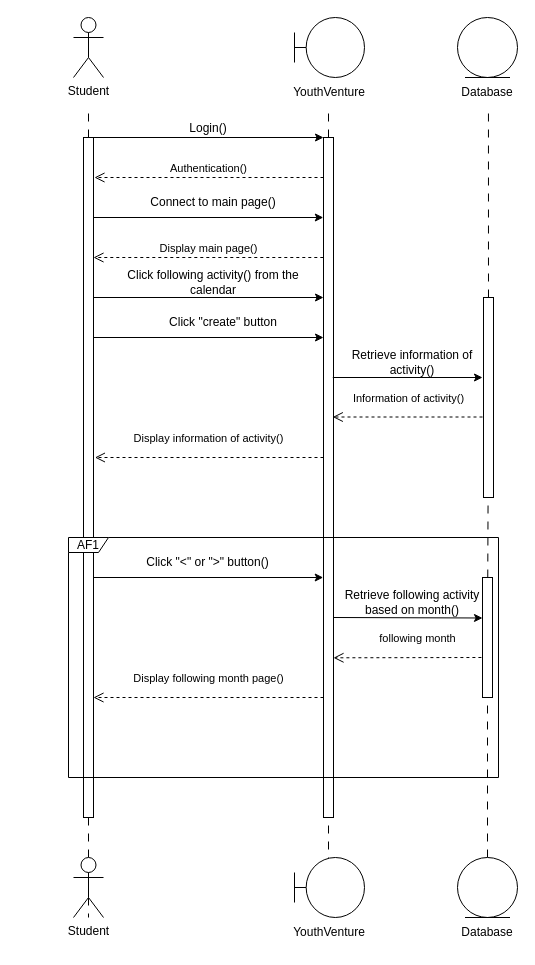
This is sequence_diagram/UC019 seq diagram.drawio from wei2030/year2_project, a draw.io file, before an edit. Source tidied: cells renumbered, new cells numbered last; positions are measured from the earlier drawing's top-left corner, leaving out a move shared by most shapes. Both pictures are drawn from the tidied source at 100%, with x=0, y=0 at pixel (68, 17).
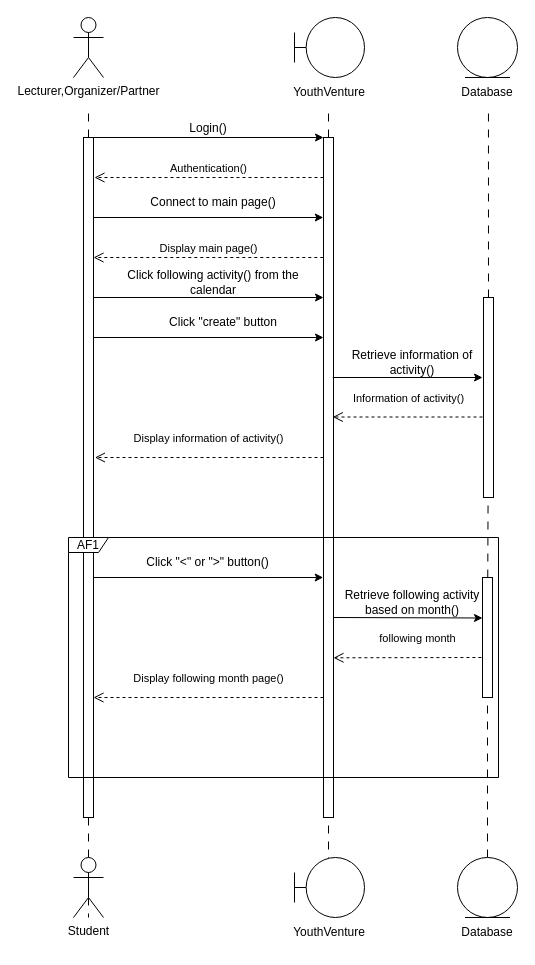
The same page after the edit.

Change to the diagram source:
```diff
@@
-    <mxCell id="2" value="Student" style="shape=umlActor;verticalLabelPosition=bottom;verticalAlign=top;html=1;" parent="1" vertex="1">
+    <mxCell id="2" value="Lecturer,Organizer/Partner" style="shape=umlActor;verticalLabelPosition=bottom;verticalAlign=top;html=1;" parent="1" vertex="1">
       <mxGeometry x="5" width="30" height="60" as="geometry" />
     </mxCell>
```
